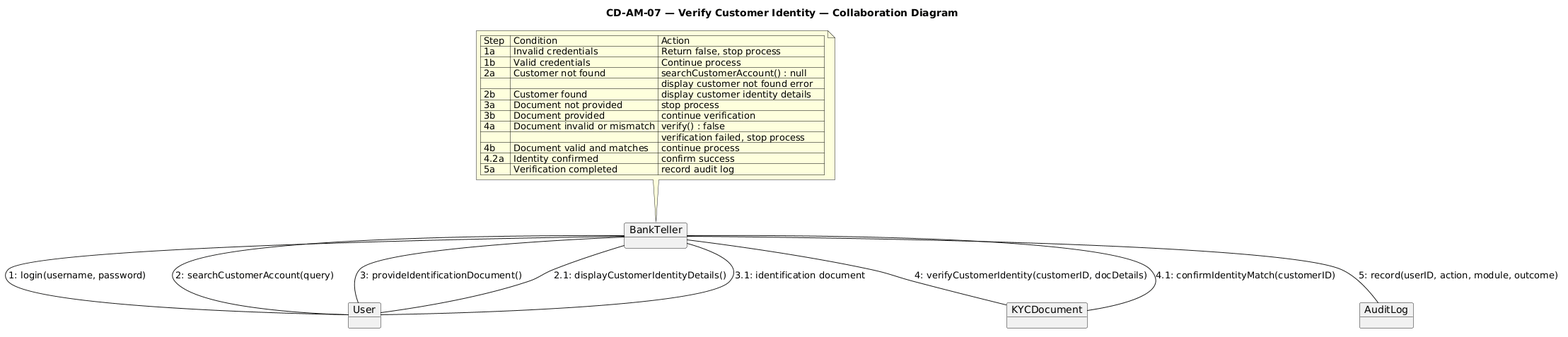
Above: Diagrams/Collaboration Diagrams/cd_am07.png in erindkotobelli12/BankManagementSystem (PlantUML), before the change.
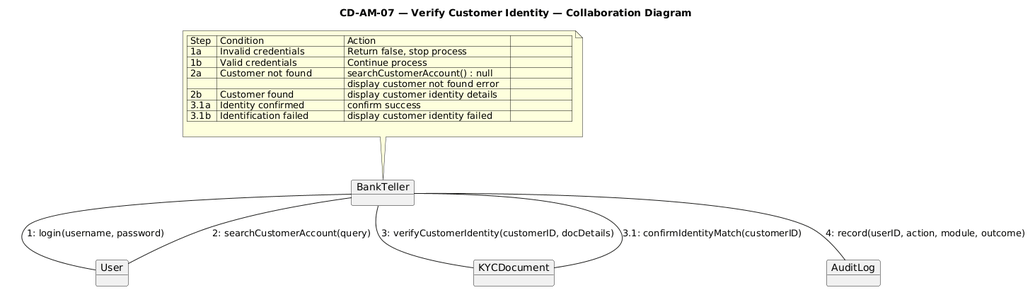
After the change.

What changed in the source:
```diff
@@ -2,18 +2,16 @@
 title CD-AM-07 — Verify Customer Identity — Collaboration Diagram
 
 object BankTeller
+
 object User
 object KYCDocument
 object AuditLog
 
 BankTeller -- User : 1: login(username, password)
 BankTeller -- User : 2: searchCustomerAccount(query)
-User -- BankTeller : 2.1: displayCustomerIdentityDetails()
-BankTeller -- User : 3: provideIdentificationDocument()
-User -- BankTeller : 3.1: identification document
-BankTeller -- KYCDocument : 4: verifyCustomerIdentity(customerID, docDetails)
-KYCDocument -- BankTeller : 4.1: confirmIdentityMatch(customerID)
-BankTeller -- AuditLog : 5: record(userID, action, module, outcome)
+BankTeller -- KYCDocument : 3: verifyCustomerIdentity(customerID, docDetails)
+KYCDocument -- BankTeller : 3.1: confirmIdentityMatch(customerID)
+BankTeller -- AuditLog : 4: record(userID, action, module, outcome)
 
 note top of BankTeller
 | Step  | Condition                    | Action                              |
@@ -22,12 +20,8 @@
 | 2a    | Customer not found           | searchCustomerAccount() : null      |
 |       |                              | display customer not found error    |
 | 2b    | Customer found               | display customer identity details   |
-| 3a    | Document not provided        | stop process                        |
-| 3b    | Document provided            | continue verification               |
-| 4a    | Document invalid or mismatch | verify() : false                    |
-|       |                              | verification failed, stop process   |
-| 4b    | Document valid and matches   | continue process                    |
-| 4.2a  | Identity confirmed           | confirm success                     |
-| 5a    | Verification completed       | record audit log                    |
+| 3.1a  | Identity confirmed           | confirm success                     |
+| 3.1b  | Identification failed        | display customer identity failed    |                     |
+
 end note
 @enduml
```
